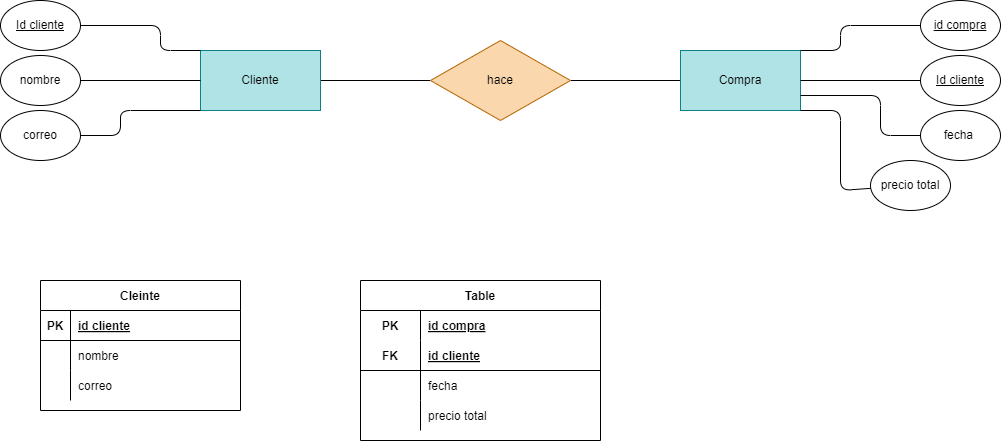
Earlier version of the draw.io export Tareas/Unidad2/ejercicio2.8.drawio.png (WhiteCascade/BAE). Source tidied: cells renumbered, new cells last; positions are measured from the earlier drawing's top-left corner, leaving out a move shared by most shapes. Its diagram source:
```xml
<mxGraphModel>
  <root>
    <mxCell id="0" />
    <mxCell id="1" parent="0" />
    <mxCell id="2" style="edgeStyle=none;html=1;entryX=0;entryY=0.5;entryDx=0;entryDy=0;endArrow=none;endFill=0;" parent="1" edge="1" source="3" target="6">
      <mxGeometry relative="1" as="geometry" />
    </mxCell>
    <mxCell id="3" value="Cliente" style="rounded=0;whiteSpace=wrap;html=1;fillColor=#b0e3e6;strokeColor=#0e8088;" parent="1" vertex="1">
      <mxGeometry x="200" y="50" width="120" height="60" as="geometry" />
    </mxCell>
    <mxCell id="4" style="edgeStyle=none;html=1;endArrow=none;endFill=0;" parent="1" edge="1" source="5" target="6">
      <mxGeometry relative="1" as="geometry" />
    </mxCell>
    <mxCell id="5" value="Compra" style="rounded=0;whiteSpace=wrap;html=1;fillColor=#b0e3e6;strokeColor=#0e8088;" parent="1" vertex="1">
      <mxGeometry x="680" y="50" width="120" height="60" as="geometry" />
    </mxCell>
    <mxCell id="6" value="hace" style="rhombus;whiteSpace=wrap;html=1;fillColor=#fad7ac;strokeColor=#b46504;" parent="1" vertex="1">
      <mxGeometry x="430" y="40" width="140" height="80" as="geometry" />
    </mxCell>
    <mxCell id="7" style="edgeStyle=none;html=1;entryX=0;entryY=0;entryDx=0;entryDy=0;endArrow=none;endFill=0;" parent="1" edge="1" source="8" target="3">
      <mxGeometry relative="1" as="geometry">
        <Array as="points">
          <mxPoint x="160" y="25" />
          <mxPoint x="160" y="50" />
        </Array>
      </mxGeometry>
    </mxCell>
    <mxCell id="8" value="&lt;u&gt;Id cliente&lt;/u&gt;" style="ellipse;whiteSpace=wrap;html=1;" parent="1" vertex="1">
      <mxGeometry width="80" height="50" as="geometry" />
    </mxCell>
    <mxCell id="9" style="edgeStyle=none;html=1;endArrow=none;endFill=0;" parent="1" edge="1" source="10" target="3">
      <mxGeometry relative="1" as="geometry" />
    </mxCell>
    <mxCell id="10" value="nombre" style="ellipse;whiteSpace=wrap;html=1;" parent="1" vertex="1">
      <mxGeometry y="55" width="80" height="50" as="geometry" />
    </mxCell>
    <mxCell id="11" style="edgeStyle=none;html=1;entryX=0;entryY=1;entryDx=0;entryDy=0;endArrow=none;endFill=0;" parent="1" edge="1" source="12" target="3">
      <mxGeometry relative="1" as="geometry">
        <Array as="points">
          <mxPoint x="120" y="135" />
          <mxPoint x="120" y="110" />
        </Array>
      </mxGeometry>
    </mxCell>
    <mxCell id="12" value="correo" style="ellipse;whiteSpace=wrap;html=1;" parent="1" vertex="1">
      <mxGeometry y="110" width="80" height="50" as="geometry" />
    </mxCell>
    <mxCell id="13" style="edgeStyle=none;html=1;entryX=1;entryY=0;entryDx=0;entryDy=0;endArrow=none;endFill=0;" parent="1" edge="1" source="14" target="5">
      <mxGeometry relative="1" as="geometry">
        <Array as="points">
          <mxPoint x="840" y="25" />
          <mxPoint x="840" y="50" />
        </Array>
      </mxGeometry>
    </mxCell>
    <mxCell id="14" value="&lt;u&gt;id compra&lt;/u&gt;" style="ellipse;whiteSpace=wrap;html=1;" parent="1" vertex="1">
      <mxGeometry x="920" width="80" height="50" as="geometry" />
    </mxCell>
    <mxCell id="15" style="edgeStyle=none;html=1;entryX=1;entryY=0.5;entryDx=0;entryDy=0;endArrow=none;endFill=0;" parent="1" edge="1" source="16" target="5">
      <mxGeometry relative="1" as="geometry" />
    </mxCell>
    <mxCell id="16" value="&lt;u&gt;Id cliente&lt;/u&gt;" style="ellipse;whiteSpace=wrap;html=1;" parent="1" vertex="1">
      <mxGeometry x="920" y="55" width="80" height="50" as="geometry" />
    </mxCell>
    <mxCell id="17" style="edgeStyle=none;html=1;entryX=1;entryY=0.75;entryDx=0;entryDy=0;endArrow=none;endFill=0;" parent="1" edge="1" source="18" target="5">
      <mxGeometry relative="1" as="geometry">
        <Array as="points">
          <mxPoint x="880" y="135" />
          <mxPoint x="880" y="95" />
        </Array>
      </mxGeometry>
    </mxCell>
    <mxCell id="18" value="fecha&amp;nbsp;" style="ellipse;whiteSpace=wrap;html=1;" parent="1" vertex="1">
      <mxGeometry x="920" y="110" width="80" height="50" as="geometry" />
    </mxCell>
    <mxCell id="19" style="edgeStyle=none;html=1;entryX=1;entryY=1;entryDx=0;entryDy=0;endArrow=none;endFill=0;" parent="1" edge="1" source="20" target="5">
      <mxGeometry relative="1" as="geometry">
        <Array as="points">
          <mxPoint x="840" y="190" />
          <mxPoint x="840" y="110" />
        </Array>
      </mxGeometry>
    </mxCell>
    <mxCell id="20" value="precio total" style="ellipse;whiteSpace=wrap;html=1;" parent="1" vertex="1">
      <mxGeometry x="870" y="160" width="80" height="50" as="geometry" />
    </mxCell>
    <mxCell id="21" value="Cleinte" style="shape=table;startSize=30;rowLines=0;fontStyle=1;align=center;" parent="1" vertex="1">
      <mxGeometry x="40" y="280" width="200" height="130" as="geometry" />
    </mxCell>
    <mxCell id="22" style="shape=tableRow;horizontal=0;startSize=0;swimlaneHead=0;swimlaneBody=0;fillColor=none;points=[[0,0.5],[1,0.5]];portConstraint=eastwest;top=0;left=0;right=0;bottom=1;" parent="21" vertex="1">
      <mxGeometry y="30" width="200" height="30" as="geometry" />
    </mxCell>
    <mxCell id="23" value="PK" style="shape=partialRectangle;fillColor=none;top=0;left=0;bottom=0;right=0;fontStyle=1;overflow=hidden;" parent="22" vertex="1">
      <mxGeometry width="30" height="30" as="geometry" />
    </mxCell>
    <mxCell id="24" value="id cliente" style="shape=partialRectangle;fillColor=none;top=0;left=0;bottom=0;right=0;align=left;spacingLeft=6;fontStyle=5;overflow=hidden;" parent="22" vertex="1">
      <mxGeometry x="30" width="170" height="30" as="geometry" />
    </mxCell>
    <mxCell id="25" style="shape=tableRow;horizontal=0;startSize=0;swimlaneHead=0;swimlaneBody=0;fillColor=none;top=0;left=0;right=0;bottom=0;" parent="21" vertex="1">
      <mxGeometry y="60" width="200" height="30" as="geometry" />
    </mxCell>
    <mxCell id="26" style="shape=partialRectangle;fillColor=none;top=0;left=0;bottom=0;right=0;overflow=hidden;" parent="25" vertex="1">
      <mxGeometry width="30" height="30" as="geometry" />
    </mxCell>
    <mxCell id="27" value="nombre" style="shape=partialRectangle;fillColor=none;top=0;left=0;bottom=0;right=0;align=left;spacingLeft=6;overflow=hidden;" parent="25" vertex="1">
      <mxGeometry x="30" width="170" height="30" as="geometry" />
    </mxCell>
    <mxCell id="28" style="shape=tableRow;horizontal=0;startSize=0;swimlaneHead=0;swimlaneBody=0;fillColor=none;top=0;left=0;right=0;bottom=0;" parent="21" vertex="1">
      <mxGeometry y="90" width="200" height="30" as="geometry" />
    </mxCell>
    <mxCell id="29" style="shape=partialRectangle;fillColor=none;top=0;left=0;bottom=0;right=0;overflow=hidden;" parent="28" vertex="1">
      <mxGeometry width="30" height="30" as="geometry" />
    </mxCell>
    <mxCell id="30" value="correo" style="shape=partialRectangle;fillColor=none;top=0;left=0;bottom=0;right=0;align=left;spacingLeft=6;overflow=hidden;" parent="28" vertex="1">
      <mxGeometry x="30" width="170" height="30" as="geometry" />
    </mxCell>
    <mxCell id="31" value="Table" style="shape=table;startSize=30;rowLines=0;fontStyle=1;align=center;" parent="1" vertex="1">
      <mxGeometry x="360" y="280" width="240" height="160" as="geometry" />
    </mxCell>
    <mxCell id="32" style="shape=tableRow;horizontal=0;startSize=0;swimlaneHead=0;swimlaneBody=0;fillColor=none;points=[[0,0.5],[1,0.5]];portConstraint=eastwest;top=0;left=0;right=0;bottom=0;" parent="31" vertex="1">
      <mxGeometry y="30" width="240" height="30" as="geometry" />
    </mxCell>
    <mxCell id="33" value="PK" style="shape=partialRectangle;fillColor=none;top=0;left=0;bottom=0;right=0;fontStyle=1;overflow=hidden;" parent="32" vertex="1">
      <mxGeometry width="60" height="30" as="geometry" />
    </mxCell>
    <mxCell id="34" value="id compra" style="shape=partialRectangle;fillColor=none;top=0;left=0;bottom=0;right=0;align=left;spacingLeft=6;fontStyle=5;overflow=hidden;" parent="32" vertex="1">
      <mxGeometry x="60" width="180" height="30" as="geometry" />
    </mxCell>
    <mxCell id="35" style="shape=tableRow;horizontal=0;startSize=0;swimlaneHead=0;swimlaneBody=0;fillColor=none;top=0;left=0;right=0;bottom=1;" parent="31" vertex="1">
      <mxGeometry y="60" width="240" height="30" as="geometry" />
    </mxCell>
    <mxCell id="36" value="FK" style="shape=partialRectangle;fillColor=none;top=0;left=0;bottom=0;right=0;fontStyle=1;overflow=hidden;" parent="35" vertex="1">
      <mxGeometry width="60" height="30" as="geometry" />
    </mxCell>
    <mxCell id="37" value="id cliente" style="shape=partialRectangle;fillColor=none;top=0;left=0;bottom=0;right=0;align=left;spacingLeft=6;fontStyle=5;overflow=hidden;" parent="35" vertex="1">
      <mxGeometry x="60" width="180" height="30" as="geometry" />
    </mxCell>
    <mxCell id="38" style="shape=tableRow;horizontal=0;startSize=0;swimlaneHead=0;swimlaneBody=0;fillColor=none;top=0;left=0;right=0;bottom=0;" parent="31" vertex="1">
      <mxGeometry y="90" width="240" height="30" as="geometry" />
    </mxCell>
    <mxCell id="39" style="shape=partialRectangle;fillColor=none;top=0;left=0;bottom=0;right=0;overflow=hidden;" parent="38" vertex="1">
      <mxGeometry width="60" height="30" as="geometry" />
    </mxCell>
    <mxCell id="40" value="fecha" style="shape=partialRectangle;fillColor=none;top=0;left=0;bottom=0;right=0;align=left;spacingLeft=6;overflow=hidden;" parent="38" vertex="1">
      <mxGeometry x="60" width="180" height="30" as="geometry" />
    </mxCell>
    <mxCell id="41" style="shape=tableRow;horizontal=0;startSize=0;swimlaneHead=0;swimlaneBody=0;fillColor=none;top=0;left=0;right=0;bottom=0;" parent="31" vertex="1">
      <mxGeometry y="120" width="240" height="30" as="geometry" />
    </mxCell>
    <mxCell id="42" style="shape=partialRectangle;fillColor=none;top=0;left=0;bottom=0;right=0;overflow=hidden;" parent="41" vertex="1">
      <mxGeometry width="60" height="30" as="geometry" />
    </mxCell>
    <mxCell id="43" value="precio total" style="shape=partialRectangle;fillColor=none;top=0;left=0;bottom=0;right=0;align=left;spacingLeft=6;overflow=hidden;" parent="41" vertex="1">
      <mxGeometry x="60" width="180" height="30" as="geometry" />
    </mxCell>
  </root>
</mxGraphModel>
```
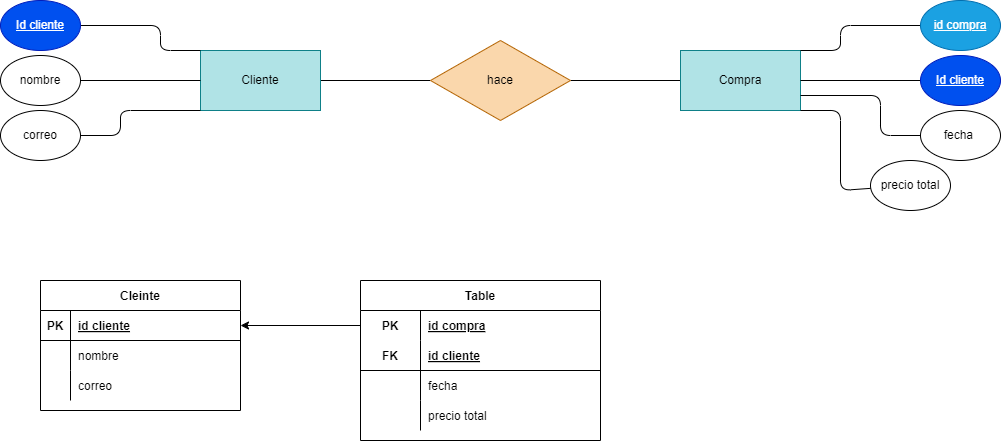
Above is the later version.

What changed in the source:
```diff
@@ -25,7 +25,7 @@
         </Array>
       </mxGeometry>
     </mxCell>
-    <mxCell id="8" value="&lt;u&gt;Id cliente&lt;/u&gt;" style="ellipse;whiteSpace=wrap;html=1;" parent="1" vertex="1">
+    <mxCell id="8" value="&lt;u&gt;Id cliente&lt;/u&gt;" style="ellipse;whiteSpace=wrap;html=1;fillColor=#0050ef;fontColor=#ffffff;strokeColor=#001DBC;" parent="1" vertex="1">
       <mxGeometry width="80" height="50" as="geometry" />
     </mxCell>
     <mxCell id="9" style="edgeStyle=none;html=1;endArrow=none;endFill=0;" parent="1" edge="1" source="10" target="3">
@@ -53,13 +53,13 @@
         </Array>
       </mxGeometry>
     </mxCell>
-    <mxCell id="14" value="&lt;u&gt;id compra&lt;/u&gt;" style="ellipse;whiteSpace=wrap;html=1;" parent="1" vertex="1">
+    <mxCell id="14" value="&lt;u&gt;id compra&lt;/u&gt;" style="ellipse;whiteSpace=wrap;html=1;fillColor=#1ba1e2;fontColor=#ffffff;strokeColor=#006EAF;" parent="1" vertex="1">
       <mxGeometry x="920" width="80" height="50" as="geometry" />
     </mxCell>
     <mxCell id="15" style="edgeStyle=none;html=1;entryX=1;entryY=0.5;entryDx=0;entryDy=0;endArrow=none;endFill=0;" parent="1" edge="1" source="16" target="5">
       <mxGeometry relative="1" as="geometry" />
     </mxCell>
-    <mxCell id="16" value="&lt;u&gt;Id cliente&lt;/u&gt;" style="ellipse;whiteSpace=wrap;html=1;" parent="1" vertex="1">
+    <mxCell id="16" value="&lt;u&gt;Id cliente&lt;/u&gt;" style="ellipse;whiteSpace=wrap;html=1;fillColor=#0050ef;fontColor=#ffffff;strokeColor=#001DBC;" parent="1" vertex="1">
       <mxGeometry x="920" y="55" width="80" height="50" as="geometry" />
     </mxCell>
     <mxCell id="17" style="edgeStyle=none;html=1;entryX=1;entryY=0.75;entryDx=0;entryDy=0;endArrow=none;endFill=0;" parent="1" edge="1" source="18" target="5">
@@ -153,5 +153,8 @@
     <mxCell id="43" value="precio total" style="shape=partialRectangle;fillColor=none;top=0;left=0;bottom=0;right=0;align=left;spacingLeft=6;overflow=hidden;" parent="41" vertex="1">
       <mxGeometry x="60" width="180" height="30" as="geometry" />
     </mxCell>
+    <mxCell id="44" style="edgeStyle=none;html=1;entryX=1;entryY=0.5;entryDx=0;entryDy=0;endArrow=classic;endFill=1;" parent="1" edge="1" source="32" target="22">
+      <mxGeometry relative="1" as="geometry" />
+    </mxCell>
   </root>
 </mxGraphModel>
```
